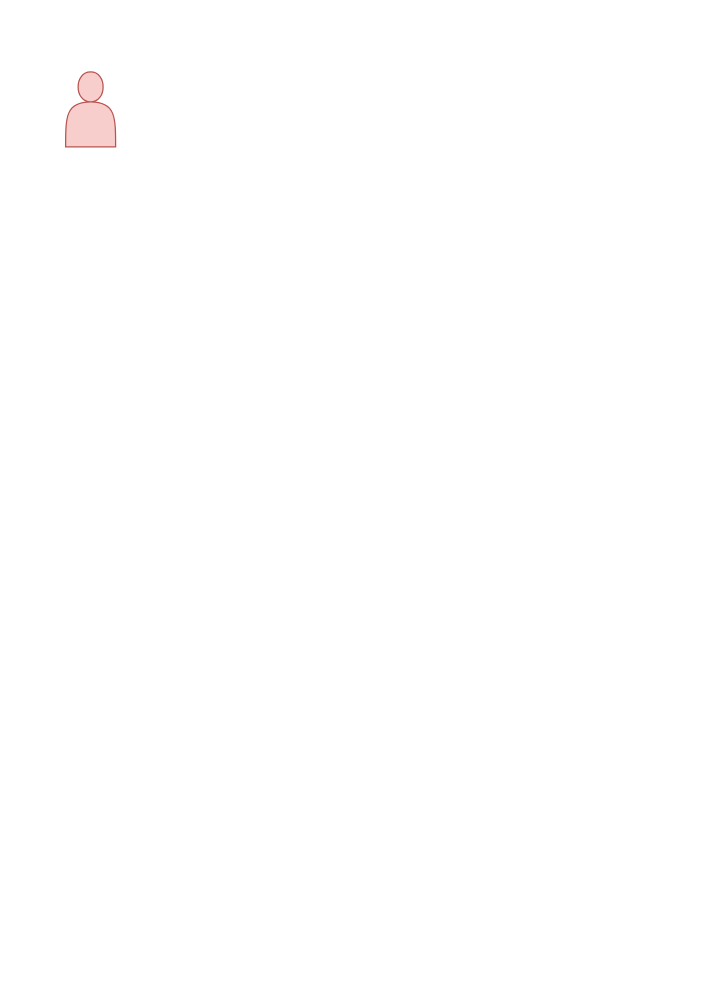
Earlier version of the draw.io diagram dugon.drawio (craterone/imgs). Source tidied: cells renumbered, new cells numbered last; positions are measured from the earlier drawing's top-left corner, leaving out a move shared by most shapes. Both pictures are drawn from the tidied source at 125%, with x=0, y=0 at pixel (65, 71).
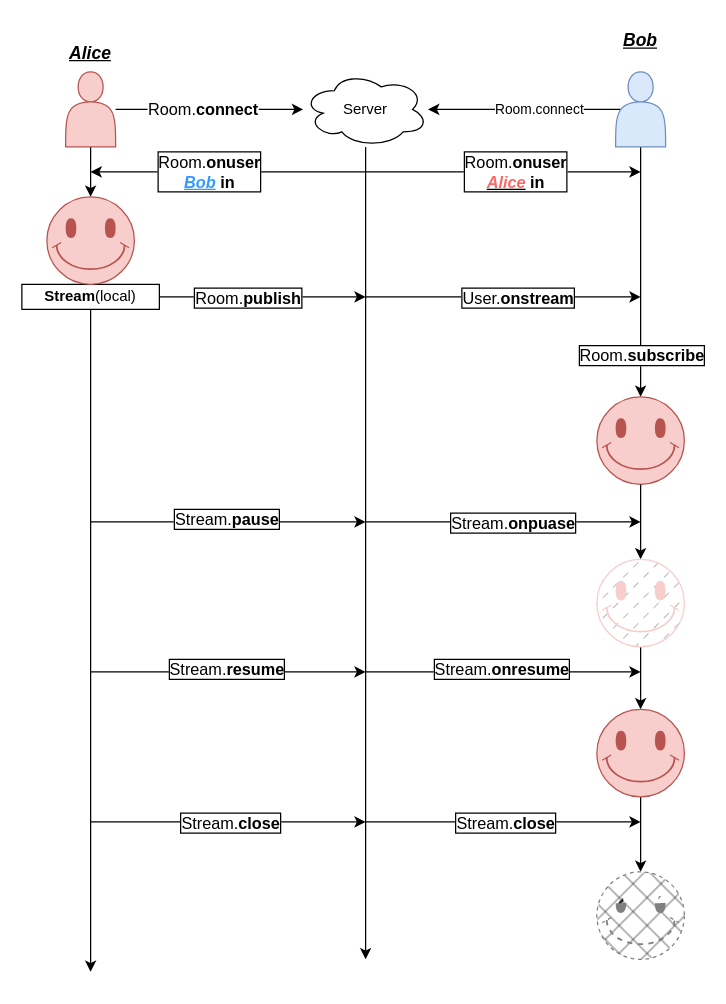
The same page after the edit.

Unchanged cells that the change refers to:
```xml
<mxCell id="2" style="shape=actor;whiteSpace=wrap;html=1;fillColor=#f8cecc;strokeColor=#b85450;" parent="1" vertex="1">
  <mxGeometry width="40" height="60" as="geometry" />
</mxCell>
```

Change to the diagram source:
```diff
@@
+    <mxCell id="3" style="edgeStyle=orthogonalEdgeStyle;rounded=0;jettySize=auto;html=1;" parent="1" edge="1" source="2">
+      <mxGeometry relative="1" as="geometry">
+        <mxPoint x="20" y="100" as="targetPoint" />
+      </mxGeometry>
+    </mxCell>
+    <mxCell id="4" style="edgeStyle=orthogonalEdgeStyle;rounded=0;jettySize=auto;html=1;" parent="1" edge="1" source="2" target="12">
+      <mxGeometry relative="1" as="geometry" />
+    </mxCell>
+    <mxCell id="5" value="Room.&lt;b style=&quot;font-size: 13px;&quot;&gt;connect&lt;/b&gt;" style="edgeLabel;html=1;align=center;verticalAlign=middle;fontSize=13;" parent="4" vertex="1">
+      <mxGeometry x="-0.08" y="1" relative="1" as="geometry" />
+    </mxCell>
@@
+    <mxCell id="6" style="edgeStyle=orthogonalEdgeStyle;rounded=0;jettySize=auto;html=1;entryX=0.5;entryY=0;entryDx=0;entryDy=0;entryPerimeter=0;" parent="1" edge="1" source="10" target="25">
+      <mxGeometry relative="1" as="geometry" />
+    </mxCell>
+    <mxCell id="7" value="Room.&lt;b style=&quot;font-size: 13px;&quot;&gt;subscribe&lt;/b&gt;" style="edgeLabel;html=1;align=center;verticalAlign=middle;fontSize=13;labelBorderColor=default;" parent="6" vertex="1">
+      <mxGeometry x="0.63" y="3" relative="1" as="geometry">
+        <mxPoint x="-3" y="3" as="offset" />
+      </mxGeometry>
+    </mxCell>
+    <mxCell id="8" style="edgeStyle=orthogonalEdgeStyle;rounded=0;jettySize=auto;html=1;exitX=0.1;exitY=0.5;exitDx=0;exitDy=0;exitPerimeter=0;" parent="1" edge="1" source="10" target="12">
+      <mxGeometry relative="1" as="geometry" />
+    </mxCell>
+    <mxCell id="9" value="Room.connect" style="edgeLabel;html=1;align=center;verticalAlign=middle;" parent="8" vertex="1">
+      <mxGeometry x="-0.14" y="-1" relative="1" as="geometry" />
+    </mxCell>
+    <mxCell id="10" style="shape=actor;whiteSpace=wrap;html=1;fillColor=#dae8fc;strokeColor=#6c8ebf;" parent="1" vertex="1">
+      <mxGeometry x="440" width="40" height="60" as="geometry" />
+    </mxCell>
+    <mxCell id="11" style="edgeStyle=orthogonalEdgeStyle;rounded=0;jettySize=auto;html=1;" parent="1" edge="1" source="12">
+      <mxGeometry relative="1" as="geometry">
+        <mxPoint x="240" y="710" as="targetPoint" />
+      </mxGeometry>
+    </mxCell>
+    <mxCell id="12" value="Server" style="ellipse;shape=cloud;whiteSpace=wrap;html=1;align=center;" parent="1" vertex="1">
+      <mxGeometry x="190" width="100" height="60" as="geometry" />
+    </mxCell>
+    <mxCell id="13" style="edgeStyle=orthogonalEdgeStyle;rounded=0;jettySize=auto;html=1;" parent="1" edge="1" source="15">
+      <mxGeometry relative="1" as="geometry">
+        <mxPoint x="240" y="180" as="targetPoint" />
+      </mxGeometry>
+    </mxCell>
+    <mxCell id="14" value="Room.&lt;b&gt;publish&lt;/b&gt;" style="edgeLabel;html=1;align=center;verticalAlign=middle;fontSize=13;labelBorderColor=default;" parent="13" vertex="1">
+      <mxGeometry x="-0.15" y="-2" relative="1" as="geometry">
+        <mxPoint y="-2" as="offset" />
+      </mxGeometry>
+    </mxCell>
+    <mxCell id="15" value="&lt;b&gt;Stream&lt;/b&gt;(local)" style="rounded=0;whiteSpace=wrap;html=1;" parent="1" vertex="1">
+      <mxGeometry x="-35" y="170" width="110" height="20" as="geometry" />
+    </mxCell>
+    <mxCell id="16" style="verticalLabelPosition=bottom;verticalAlign=top;html=1;shape=mxgraph.basic.smiley;fillColor=#f8cecc;strokeColor=#b85450;" parent="1" vertex="1">
+      <mxGeometry x="-15" y="100" width="70" height="70" as="geometry" />
+    </mxCell>
+    <mxCell id="17" style="endArrow=classic;html=1;rounded=0;" parent="1" edge="1">
+      <mxGeometry relative="1" as="geometry">
+        <mxPoint x="240" y="180" as="sourcePoint" />
+        <mxPoint x="460" y="180" as="targetPoint" />
+      </mxGeometry>
+    </mxCell>
+    <mxCell id="18" value="User.&lt;b&gt;onstream&lt;/b&gt;" style="edgeLabel;html=1;align=center;verticalAlign=middle;fontSize=13;labelBorderColor=default;" parent="17" vertex="1">
+      <mxGeometry x="0.1" y="4" relative="1" as="geometry">
+        <mxPoint y="4" as="offset" />
+      </mxGeometry>
+    </mxCell>
+    <mxCell id="19" style="endArrow=classic;html=1;rounded=0;" parent="1" edge="1">
+      <mxGeometry relative="1" as="geometry">
+        <mxPoint x="240" y="80" as="sourcePoint" />
+        <mxPoint x="20" y="80" as="targetPoint" />
+      </mxGeometry>
+    </mxCell>
+    <mxCell id="20" value="&lt;font style=&quot;font-size: 13px;&quot;&gt;Room.&lt;b style=&quot;font-size: 13px;&quot;&gt;onuser&lt;/b&gt;&lt;/font&gt;&lt;div&gt;&lt;font style=&quot;font-size: 13px;&quot;&gt;&lt;b style=&quot;font-size: 13px;&quot;&gt;&lt;i style=&quot;color: rgb(51, 153, 255);&quot;&gt;&lt;u&gt;Bob&lt;/u&gt;&lt;/i&gt;&lt;font color=&quot;#3399ff&quot;&gt;&amp;nbsp;&lt;/font&gt;in&lt;/b&gt;&lt;/font&gt;&lt;/div&gt;" style="edgeLabel;html=1;align=center;verticalAlign=middle;fontSize=13;labelBorderColor=default;" parent="19" vertex="1">
+      <mxGeometry x="0.15" y="-1" relative="1" as="geometry" />
+    </mxCell>
+    <mxCell id="21" value="Alice" style="text;html=1;align=center;verticalAlign=middle;whiteSpace=wrap;rounded=0;fontStyle=7;fontSize=14;" parent="1" vertex="1">
+      <mxGeometry x="-10" y="-30" width="60" height="30" as="geometry" />
+    </mxCell>
+    <mxCell id="22" value="Bob" style="text;html=1;align=center;verticalAlign=middle;whiteSpace=wrap;rounded=0;fontStyle=7;fontSize=14;" parent="1" vertex="1">
+      <mxGeometry x="430" y="-40" width="60" height="30" as="geometry" />
+    </mxCell>
+    <mxCell id="23" style="endArrow=classic;html=1;rounded=0;" parent="1" edge="1">
+      <mxGeometry relative="1" as="geometry">
+        <mxPoint x="240" y="80" as="sourcePoint" />
+        <mxPoint x="460" y="80" as="targetPoint" />
+      </mxGeometry>
+    </mxCell>
+    <mxCell id="24" value="&lt;font style=&quot;font-size: 13px;&quot;&gt;Room.&lt;b&gt;onuser&lt;/b&gt;&lt;/font&gt;&lt;div style=&quot;font-size: 13px;&quot;&gt;&lt;b&gt;&lt;i style=&quot;&quot;&gt;&lt;u style=&quot;&quot;&gt;&lt;font color=&quot;#ff6666&quot;&gt;Alice&lt;/font&gt;&lt;/u&gt;&lt;/i&gt;&lt;font color=&quot;#3399ff&quot;&gt;&amp;nbsp;&lt;/font&gt;in&lt;/b&gt;&lt;/div&gt;" style="edgeLabel;html=1;align=center;verticalAlign=middle;labelBorderColor=default;" parent="23" vertex="1">
+      <mxGeometry x="0.08" y="1" relative="1" as="geometry" />
+    </mxCell>
+    <mxCell id="25" style="verticalLabelPosition=bottom;verticalAlign=top;html=1;shape=mxgraph.basic.smiley;fillColor=#f8cecc;strokeColor=#b85450;" parent="1" vertex="1">
+      <mxGeometry x="425" y="260" width="70" height="70" as="geometry" />
+    </mxCell>
+    <mxCell id="26" style="endArrow=classic;html=1;rounded=0;exitX=0.5;exitY=1;exitDx=0;exitDy=0;" parent="1" edge="1" source="15">
+      <mxGeometry relative="1" as="geometry">
+        <mxPoint x="20" y="720" as="targetPoint" />
+      </mxGeometry>
+    </mxCell>
+    <mxCell id="27" style="endArrow=classic;html=1;rounded=0;" parent="1" edge="1">
+      <mxGeometry relative="1" as="geometry">
+        <mxPoint x="20" y="360" as="sourcePoint" />
+        <mxPoint x="240" y="360" as="targetPoint" />
+      </mxGeometry>
+    </mxCell>
+    <mxCell id="28" value="Stream.&lt;b&gt;pause&lt;/b&gt;" style="edgeLabel;html=1;align=center;verticalAlign=middle;fontSize=13;labelBorderColor=default;" parent="27" vertex="1">
+      <mxGeometry x="-0.02" y="4" relative="1" as="geometry">
+        <mxPoint y="1" as="offset" />
+      </mxGeometry>
+    </mxCell>
+    <mxCell id="29" style="endArrow=classic;html=1;rounded=0;exitX=0.5;exitY=1;exitDx=0;exitDy=0;exitPerimeter=0;entryX=0.5;entryY=0;entryDx=0;entryDy=0;entryPerimeter=0;" parent="1" edge="1" source="25" target="33">
+      <mxGeometry relative="1" as="geometry" />
+    </mxCell>
+    <mxCell id="30" style="endArrow=classic;html=1;rounded=0;" parent="1" edge="1">
+      <mxGeometry relative="1" as="geometry">
+        <mxPoint x="240" y="360" as="sourcePoint" />
+        <mxPoint x="460" y="360" as="targetPoint" />
+      </mxGeometry>
+    </mxCell>
+    <mxCell id="31" value="Stream.&lt;b style=&quot;font-size: 13px;&quot;&gt;onpuase&lt;/b&gt;" style="edgeLabel;html=1;align=center;verticalAlign=middle;fontSize=13;labelBorderColor=default;" parent="30" vertex="1">
+      <mxGeometry x="0.06" y="5" relative="1" as="geometry">
+        <mxPoint y="5" as="offset" />
+      </mxGeometry>
+    </mxCell>
+    <mxCell id="32" style="edgeStyle=orthogonalEdgeStyle;rounded=0;jettySize=auto;html=1;entryX=0.5;entryY=0;entryDx=0;entryDy=0;entryPerimeter=0;" parent="1" edge="1" source="33" target="41">
+      <mxGeometry relative="1" as="geometry" />
+    </mxCell>
+    <mxCell id="33" style="verticalLabelPosition=bottom;verticalAlign=top;html=1;shape=mxgraph.basic.smiley;fillColor=#B3B3B3;strokeColor=#F8CECC;textShadow=0;labelBorderColor=none;shadow=0;fillStyle=dashed;" parent="1" vertex="1">
+      <mxGeometry x="425" y="390" width="70" height="70" as="geometry" />
+    </mxCell>
+    <mxCell id="34" style="endArrow=classic;html=1;rounded=0;" parent="1" edge="1">
+      <mxGeometry relative="1" as="geometry">
+        <mxPoint x="240" y="480" as="sourcePoint" />
+        <mxPoint x="460" y="480" as="targetPoint" />
+      </mxGeometry>
+    </mxCell>
+    <mxCell id="35" value="Stream.&lt;b&gt;onresume&lt;/b&gt;" style="edgeLabel;html=1;align=center;verticalAlign=middle;fontSize=13;labelBorderColor=default;" parent="34" vertex="1">
+      <mxGeometry x="-0.02" y="4" relative="1" as="geometry">
+        <mxPoint y="1" as="offset" />
+      </mxGeometry>
+    </mxCell>
+    <mxCell id="36" style="endArrow=classic;html=1;rounded=0;" parent="1" edge="1">
+      <mxGeometry relative="1" as="geometry">
+        <mxPoint x="20" y="600" as="sourcePoint" />
+        <mxPoint x="240" y="600" as="targetPoint" />
+      </mxGeometry>
+    </mxCell>
+    <mxCell id="37" value="Stream.&lt;b&gt;close&lt;/b&gt;" style="edgeLabel;html=1;align=center;verticalAlign=middle;fontSize=13;labelBorderColor=default;" parent="36" vertex="1">
+      <mxGeometry x="-0.02" y="4" relative="1" as="geometry">
+        <mxPoint x="3" y="4" as="offset" />
+      </mxGeometry>
+    </mxCell>
+    <mxCell id="38" style="endArrow=classic;html=1;rounded=0;" parent="1" edge="1">
+      <mxGeometry relative="1" as="geometry">
+        <mxPoint x="20" y="480" as="sourcePoint" />
+        <mxPoint x="240" y="480" as="targetPoint" />
+      </mxGeometry>
+    </mxCell>
+    <mxCell id="39" value="Stream.&lt;b&gt;resume&lt;/b&gt;" style="edgeLabel;html=1;align=center;verticalAlign=middle;fontSize=13;labelBorderColor=default;" parent="38" vertex="1">
+      <mxGeometry x="-0.02" y="4" relative="1" as="geometry">
+        <mxPoint y="1" as="offset" />
+      </mxGeometry>
+    </mxCell>
+    <mxCell id="40" style="edgeStyle=orthogonalEdgeStyle;rounded=0;jettySize=auto;html=1;exitX=0.5;exitY=1;exitDx=0;exitDy=0;exitPerimeter=0;entryX=0.5;entryY=0;entryDx=0;entryDy=0;entryPerimeter=0;" parent="1" edge="1" source="41" target="44">
+      <mxGeometry relative="1" as="geometry" />
+    </mxCell>
+    <mxCell id="41" style="verticalLabelPosition=bottom;verticalAlign=top;html=1;shape=mxgraph.basic.smiley;fillColor=#f8cecc;strokeColor=#b85450;" parent="1" vertex="1">
+      <mxGeometry x="425" y="510" width="70" height="70" as="geometry" />
+    </mxCell>
+    <mxCell id="42" style="endArrow=classic;html=1;rounded=0;" parent="1" edge="1">
+      <mxGeometry relative="1" as="geometry">
+        <mxPoint x="240" y="600" as="sourcePoint" />
+        <mxPoint x="460" y="600" as="targetPoint" />
+      </mxGeometry>
+    </mxCell>
+    <mxCell id="43" value="Stream.&lt;b&gt;close&lt;/b&gt;" style="edgeLabel;html=1;align=center;verticalAlign=middle;fontSize=13;labelBorderColor=default;" parent="42" vertex="1">
+      <mxGeometry x="-0.02" y="4" relative="1" as="geometry">
+        <mxPoint x="3" y="4" as="offset" />
+      </mxGeometry>
+    </mxCell>
+    <mxCell id="44" style="verticalLabelPosition=bottom;verticalAlign=top;html=1;shape=mxgraph.basic.smiley;fillColor=#1A1A1A;strokeColor=#808080;fillStyle=cross-hatch;dashed=1;" parent="1" vertex="1">
+      <mxGeometry x="425" y="640" width="70" height="70" as="geometry" />
+    </mxCell>
```
